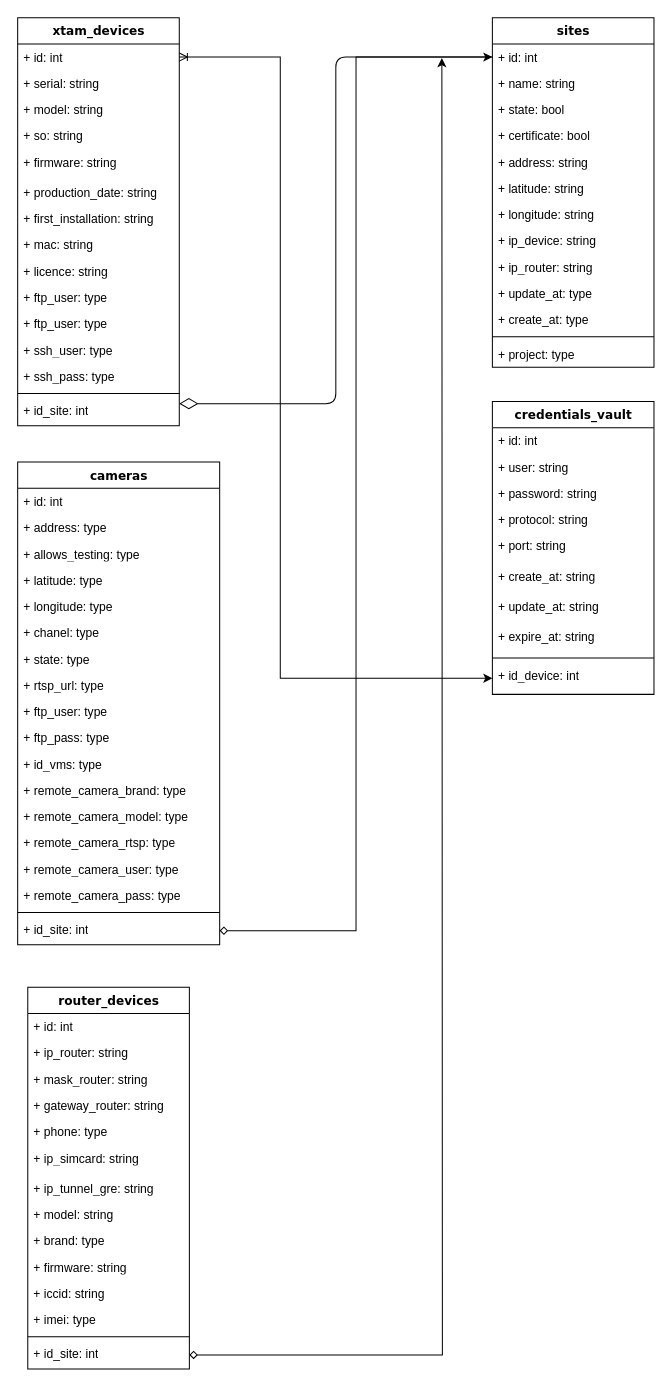
The draw.io diagram Diagrama sin título.drawio in FelipeHurtado/BPMN_EXPERIMIENTO, before the edit. Source tidied: cells renumbered, new cells numbered last; positions are measured from the earlier drawing's top-left corner, leaving out a move shared by most shapes. Both pictures are drawn from the tidied source at 101%, with x=0, y=0 at pixel (17, 17).
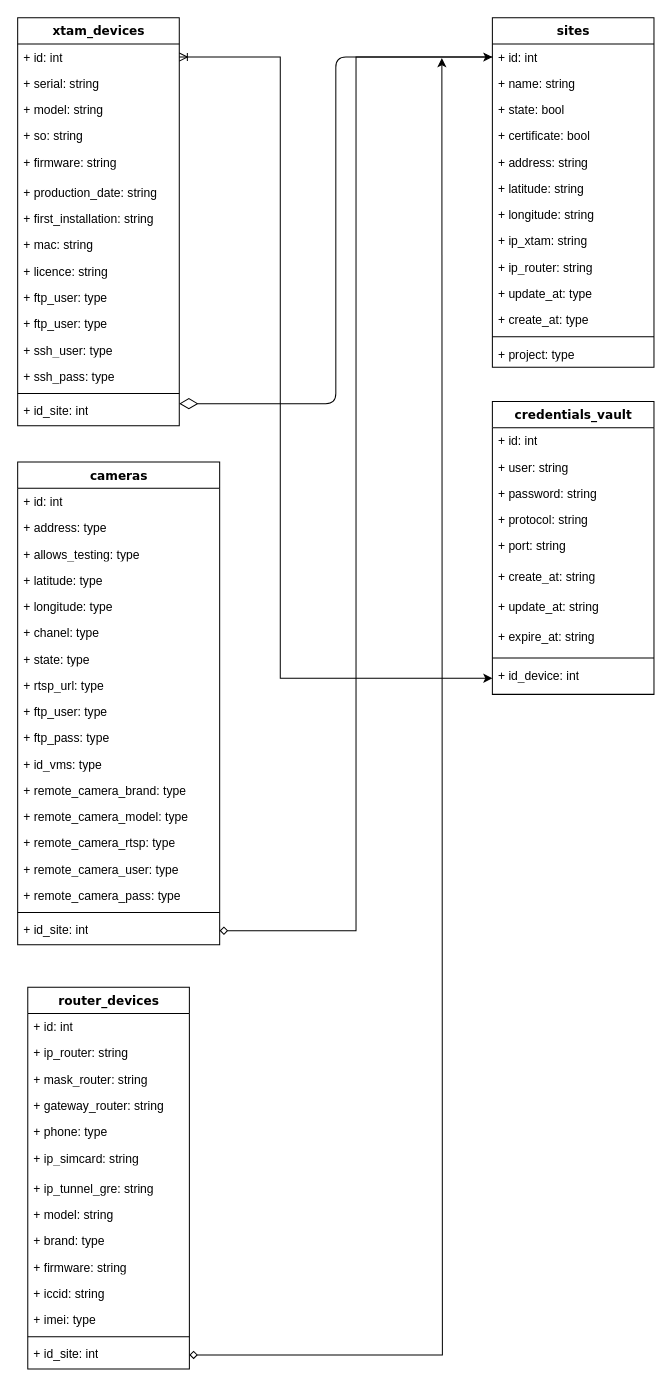
Above is the later version.

The change refers to these unchanged cells:
```xml
<mxCell id="2" value="sites" style="swimlane;html=1;fontStyle=1;align=center;verticalAlign=top;horizontal=1;startSize=26;swimlaneFillColor=#ffffff;rounded=0;shadow=0;comic=0;labelBackgroundColor=none;strokeWidth=1;fillColor=none;fontFamily=Verdana;fontSize=12;" parent="1" vertex="1">
  <mxGeometry x="470" width="160" height="346" as="geometry" />
</mxCell>
```

Change to the diagram source:
```diff
@@
-    <mxCell id="10" value="+ ip_device: string" style="text;html=1;strokeColor=none;fillColor=none;align=left;verticalAlign=top;spacingLeft=4;spacingRight=4;whiteSpace=wrap;overflow=hidden;" parent="2" vertex="1">
+    <mxCell id="10" value="+ ip_xtam: string" style="text;html=1;strokeColor=none;fillColor=none;align=left;verticalAlign=top;spacingLeft=4;spacingRight=4;whiteSpace=wrap;overflow=hidden;" parent="2" vertex="1">
       <mxGeometry y="208" width="160" height="26" as="geometry" />
     </mxCell>
```
